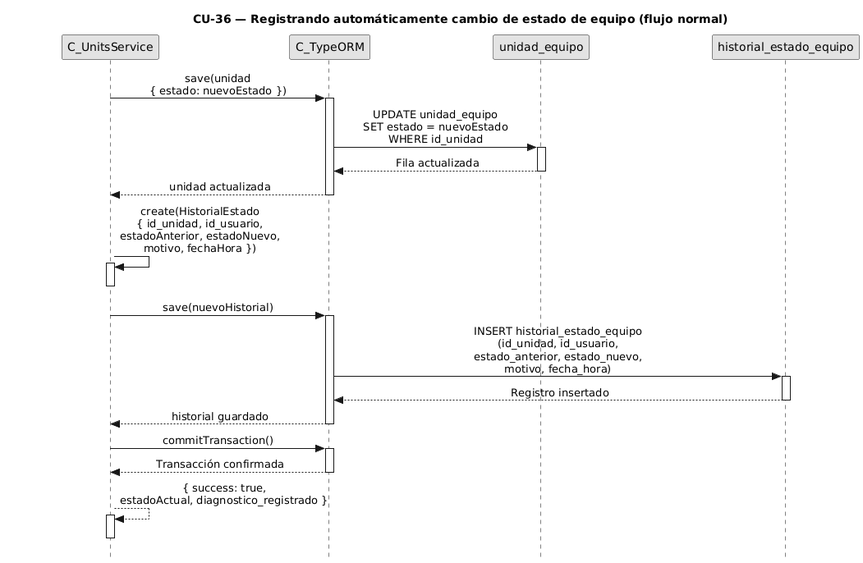
The PlantUML diagram diagramas-secuencia/CU36/CU36-normal.png in FSM-Finet-y-Cable-Magico/Team_1-Inventario-y-Bodega, before a commit.
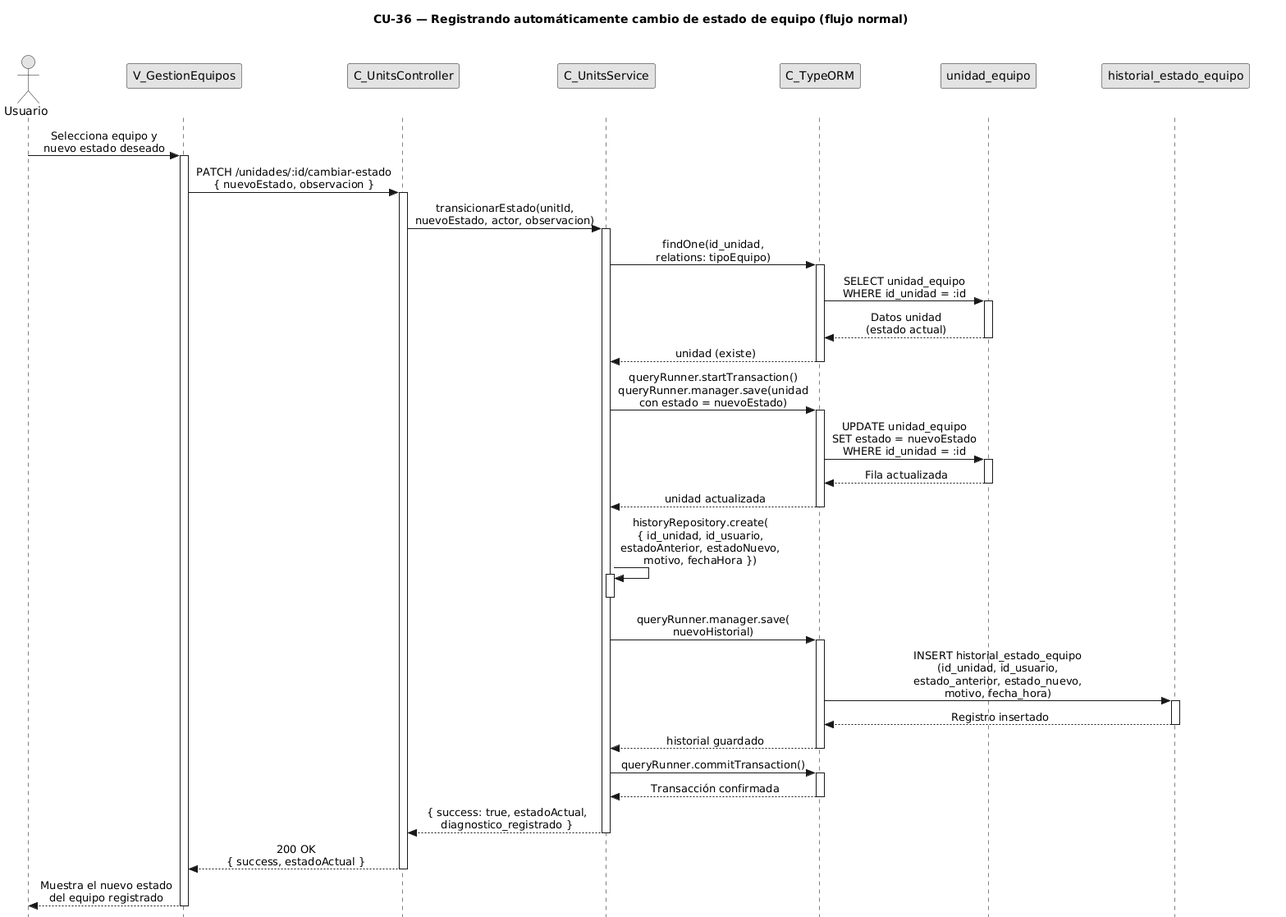
The same diagram one commit later.

What changed in the source:
```diff
@@ -5,23 +5,54 @@
 skinparam monochrome true
 skinparam shadowing false
 skinparam sequenceMessageAlign center
-skinparam ParticipantPadding 70
-skinparam ActorPadding 30
+<style>
+sequenceDiagram {
+  participant {
+    Margin 35
+  }
+  actor {
+    Margin 15
+  }
+}
+</style>
 skinparam sequence {
   MessageAlign center
   LifeLineBorderColor black
 }
 hide footbox
 
+actor "Usuario" as user
+participant "V_GestionEquipos" as view
+participant "C_UnitsController" as ctrl
 participant "C_UnitsService" as svc
 participant "C_TypeORM" as orm
 participant "unidad_equipo" as uent
 participant "historial_estado_equipo" as hent
 
-svc -> orm : save(unidad\n{ estado: nuevoEstado })
+user -> view : Selecciona equipo y\nnuevo estado deseado
+activate view
+
+view -> ctrl : PATCH /unidades/:id/cambiar-estado\n{ nuevoEstado, observacion }
+activate ctrl
+
+ctrl -> svc : transicionarEstado(unitId,\nnuevoEstado, actor, observacion)
+activate svc
+
+svc -> orm : findOne(id_unidad,\nrelations: tipoEquipo)
 activate orm
 
-orm -> uent : UPDATE unidad_equipo\nSET estado = nuevoEstado\nWHERE id_unidad
+orm -> uent : SELECT unidad_equipo\nWHERE id_unidad = :id
+activate uent
+uent --> orm : Datos unidad\n(estado actual)
+deactivate uent
+
+orm --> svc : unidad (existe)
+deactivate orm
+
+svc -> orm : queryRunner.startTransaction()\nqueryRunner.manager.save(unidad\ncon estado = nuevoEstado)
+activate orm
+
+orm -> uent : UPDATE unidad_equipo\nSET estado = nuevoEstado\nWHERE id_unidad = :id
 activate uent
 uent --> orm : Fila actualizada
 deactivate uent
@@ -29,11 +60,11 @@
 orm --> svc : unidad actualizada
 deactivate orm
 
-svc -> svc : create(HistorialEstado\n{ id_unidad, id_usuario,\nestadoAnterior, estadoNuevo,\nmotivo, fechaHora })
+svc -> svc : historyRepository.create(\n{ id_unidad, id_usuario,\nestadoAnterior, estadoNuevo,\nmotivo, fechaHora })
 activate svc
 deactivate svc
 
-svc -> orm : save(nuevoHistorial)
+svc -> orm : queryRunner.manager.save(\nnuevoHistorial)
 activate orm
 
 orm -> hent : INSERT historial_estado_equipo\n(id_unidad, id_usuario,\nestado_anterior, estado_nuevo,\nmotivo, fecha_hora)
@@ -44,13 +75,18 @@
 orm --> svc : historial guardado
 deactivate orm
 
-svc -> orm : commitTransaction()
+svc -> orm : queryRunner.commitTransaction()
 activate orm
 orm --> svc : Transacción confirmada
 deactivate orm
 
-svc --> svc : { success: true,\nestadoActual, diagnostico_registrado }
-activate svc
+svc --> ctrl : { success: true, estadoActual,\ndiagnostico_registrado }
 deactivate svc
 
+ctrl --> view : 200 OK\n{ success, estadoActual }
+deactivate ctrl
+
+view --> user : Muestra el nuevo estado\ndel equipo registrado
+deactivate view
+
 @enduml
```
